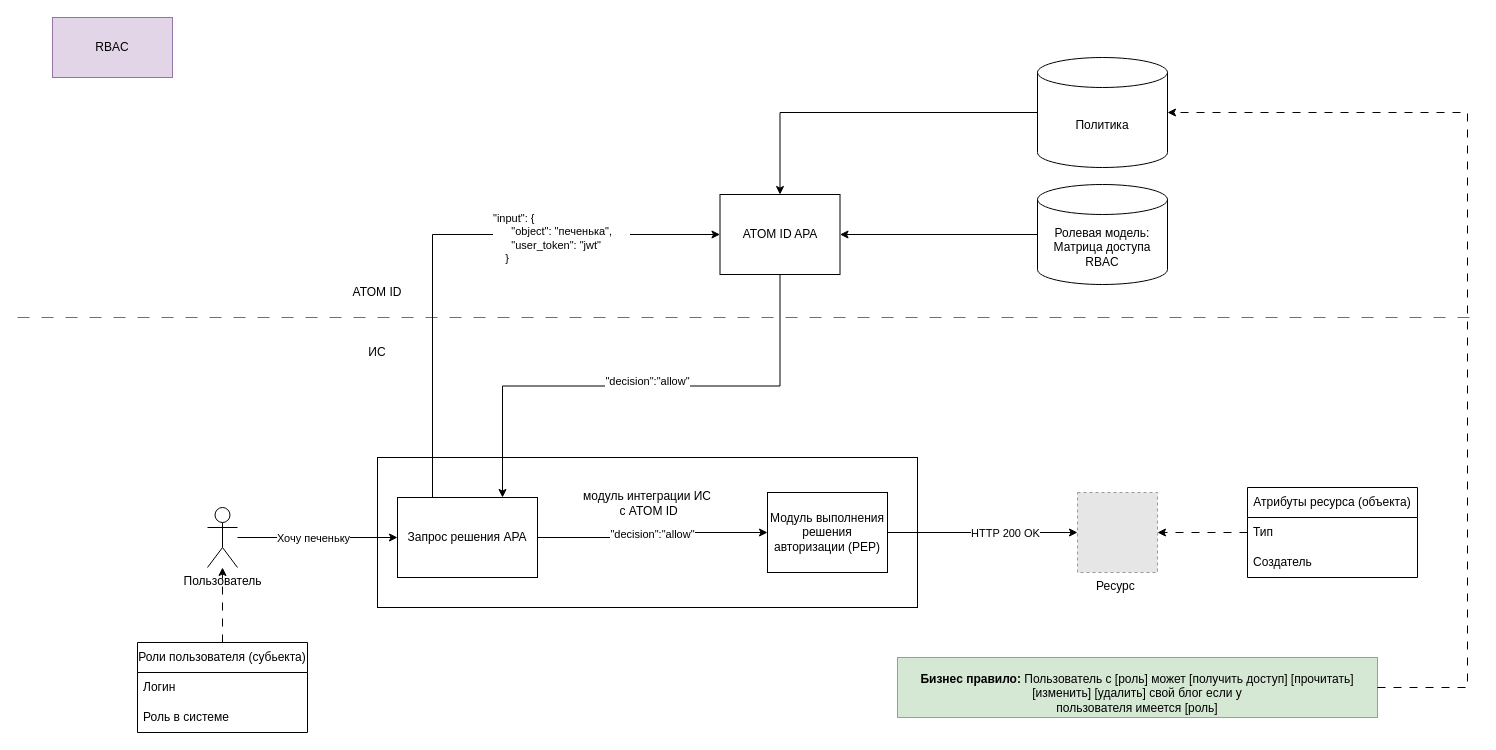
Earlier version of the draw.io diagram page "АРХ.AUTHZ.RBAC1" (1 of 5) of AppSec/Арх.паттерны.drawio (FIR-UIII/notes). Source tidied: cells renumbered, new cells numbered last; positions are measured from the earlier drawing's top-left corner, leaving out a move shared by most shapes. Both pictures are drawn from the tidied source at 100%, with x=0, y=0 at pixel (17, 17). Pictures stored in the file or linked from it are replaced by grey dashed boxes.
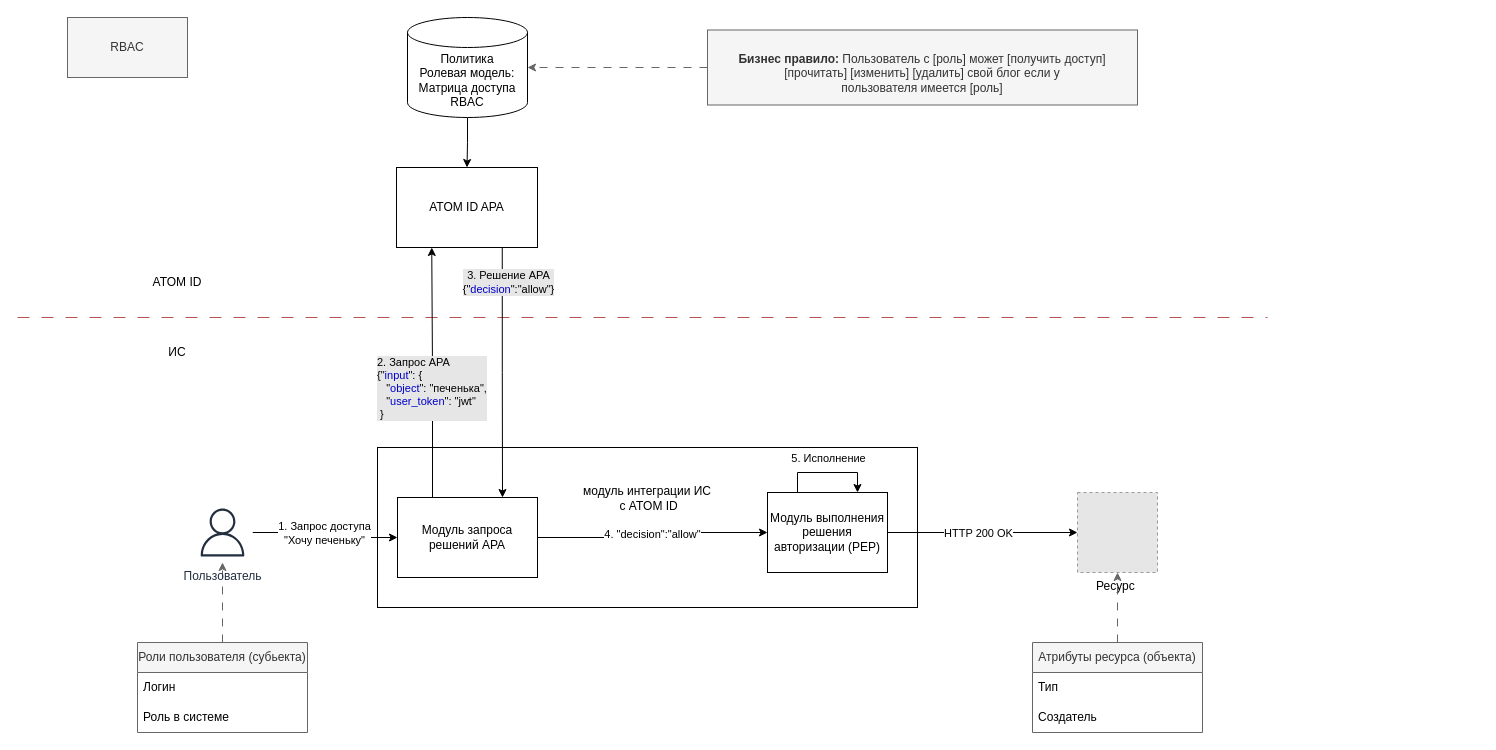
After the change.

The change refers to these unchanged cells:
```xml
<mxCell id="7" value="Модуль выполнения решения авторизации (&lt;span style=&quot;background-color: initial;&quot;&gt;PEP)&lt;/span&gt;" style="rounded=0;whiteSpace=wrap;html=1;" parent="1" vertex="1">
  <mxGeometry x="750" y="475" width="120" height="80" as="geometry" />
</mxCell>
<mxCell id="11" style="edgeStyle=orthogonalEdgeStyle;rounded=0;jettySize=auto;html=1;entryX=0;entryY=0.5;entryDx=0;entryDy=0;" parent="1" edge="1" source="13" target="24">
  <mxGeometry relative="1" as="geometry" />
</mxCell>
<mxCell id="14" style="edgeStyle=orthogonalEdgeStyle;rounded=0;jettySize=auto;html=1;exitX=1;exitY=0.5;exitDx=0;exitDy=0;entryX=0;entryY=0.5;entryDx=0;entryDy=0;" parent="1" edge="1" source="7" target="16">
  <mxGeometry relative="1" as="geometry" />
</mxCell>
<mxCell id="16" value="Ресурс " style="fillColor=#E6E6E6;strokeColor=#999999;dashed=1;verticalLabelPosition=bottom;labelBackgroundColor=default;verticalAlign=top;" parent="1" vertex="1">
  <mxGeometry x="1060" y="475" width="80" height="80" as="geometry" />
</mxCell>
```

The edit, as a diff of the source:
```diff
@@
     <mxCell id="2" value="модуль интеграции ИС&lt;br&gt;&amp;nbsp;с ATOM ID&lt;br&gt;&lt;br&gt;&lt;br&gt;&lt;br&gt;&lt;div&gt;&lt;br&gt;&lt;/div&gt;" style="rounded=0;whiteSpace=wrap;html=1;" parent="1" vertex="1">
-      <mxGeometry x="360" y="440" width="540" height="150" as="geometry" />
+      <mxGeometry x="360" y="430" width="540" height="160" as="geometry" />
     </mxCell>
     <mxCell id="3" style="endArrow=none;dashed=1;html=1;rounded=0;fillColor=#f8cecc;strokeColor=#b85450;dashPattern=12 12;" parent="1" edge="1">
       <mxGeometry relative="1" as="geometry">
         <mxPoint y="300" as="sourcePoint" />
-        <mxPoint x="1460" y="300" as="targetPoint" />
+        <mxPoint x="1250" y="300" as="targetPoint" />
       </mxGeometry>
     </mxCell>
-    <mxCell id="4" style="edgeStyle=orthogonalEdgeStyle;rounded=0;jettySize=auto;html=1;entryX=0;entryY=0.5;entryDx=0;entryDy=0;exitX=0.25;exitY=0;exitDx=0;exitDy=0;" parent="1" edge="1" source="24" target="10">
+    <mxCell id="4" style="edgeStyle=orthogonalEdgeStyle;rounded=0;jettySize=auto;html=1;entryX=0.25;entryY=1;entryDx=0;entryDy=0;exitX=0.25;exitY=0;exitDx=0;exitDy=0;" parent="1" edge="1" source="24" target="10">
       <mxGeometry relative="1" as="geometry" />
     </mxCell>
@@
-    <mxCell id="6" value="&quot;input&quot;: { &amp;nbsp; &amp;nbsp; &amp;nbsp; &lt;br&gt;&amp;nbsp; &amp;nbsp; &amp;nbsp; &quot;object&quot;: &quot;печенька&quot;,&amp;nbsp; &amp;nbsp; &amp;nbsp;&amp;nbsp;&lt;br&gt;&amp;nbsp; &amp;nbsp; &amp;nbsp; &quot;user_token&quot;: &quot;jwt&quot;&lt;br&gt;&amp;nbsp; &amp;nbsp; }" style="edgeLabel;html=1;align=left;verticalAlign=middle;spacing=0;" parent="4" vertex="1">
+    <mxCell id="6" value="2. Запрос APA&lt;div&gt;{&quot;&lt;font style=&quot;color: rgb(0, 0, 204);&quot;&gt;input&lt;/font&gt;&quot;: { &amp;nbsp; &amp;nbsp; &amp;nbsp; &lt;br&gt;&amp;nbsp; &amp;nbsp;&quot;&lt;font style=&quot;color: rgb(0, 0, 204);&quot;&gt;object&lt;/font&gt;&quot;: &quot;печенька&quot;,&lt;br&gt;&amp;nbsp; &amp;nbsp;&quot;&lt;font style=&quot;color: rgb(0, 0, 204);&quot;&gt;user_token&lt;/font&gt;&quot;: &quot;jwt&quot;&lt;br&gt;&amp;nbsp;}&lt;/div&gt;" style="edgeLabel;html=1;align=left;verticalAlign=middle;spacing=0;labelBackgroundColor=#E6E6E6;" parent="4" vertex="1">
       <mxGeometry x="0.32" relative="1" as="geometry">
-        <mxPoint x="-39" y="3" as="offset" />
+        <mxPoint x="-54" y="55" as="offset" />
       </mxGeometry>
     </mxCell>
@@
-    <mxCell id="8" style="edgeStyle=orthogonalEdgeStyle;rounded=0;jettySize=auto;html=1;exitX=0.5;exitY=1;exitDx=0;exitDy=0;entryX=0.75;entryY=0;entryDx=0;entryDy=0;" parent="1" edge="1" source="10" target="24">
+    <mxCell id="8" style="edgeStyle=orthogonalEdgeStyle;rounded=0;jettySize=auto;html=1;exitX=0.75;exitY=1;exitDx=0;exitDy=0;entryX=0.75;entryY=0;entryDx=0;entryDy=0;" parent="1" edge="1" source="10" target="24">
       <mxGeometry relative="1" as="geometry" />
     </mxCell>
-    <mxCell id="9" value="&quot;decision&quot;:&quot;allow&quot;" style="edgeLabel;html=1;align=center;verticalAlign=middle;" parent="8" vertex="1">
+    <mxCell id="9" value="3. Решение APA&lt;div&gt;{&quot;&lt;font style=&quot;color: rgb(0, 0, 204);&quot;&gt;decision&lt;/font&gt;&quot;:&quot;allow&quot;}&lt;/div&gt;" style="edgeLabel;html=1;align=center;verticalAlign=middle;labelBackgroundColor=#E6E6E6;" parent="8" vertex="1">
       <mxGeometry x="0.16" relative="1" as="geometry">
-        <mxPoint x="45" y="-5" as="offset" />
+        <mxPoint x="5" y="-110" as="offset" />
       </mxGeometry>
     </mxCell>
     <mxCell id="10" value="ATOM ID APA" style="rounded=0;whiteSpace=wrap;html=1;" parent="1" vertex="1">
-      <mxGeometry x="702.5" y="177" width="120" height="80" as="geometry" />
+      <mxGeometry x="379" y="150" width="141" height="80" as="geometry" />
     </mxCell>
@@
-    <mxCell id="12" value="Хочу печеньку" style="edgeLabel;html=1;align=center;verticalAlign=middle;" parent="11" vertex="1">
+    <mxCell id="12" value="1. Запрос доступа&lt;div&gt;&quot;Хочу печеньку&quot;&lt;/div&gt;" style="edgeLabel;html=1;align=center;verticalAlign=middle;" parent="11" vertex="1">
       <mxGeometry x="-0.16" y="-1" relative="1" as="geometry">
         <mxPoint x="8" y="-1" as="offset" />
       </mxGeometry>
     </mxCell>
-    <mxCell id="13" value="Пользователь" style="shape=umlActor;verticalLabelPosition=bottom;verticalAlign=top;html=1;outlineConnect=0;" parent="1" vertex="1">
-      <mxGeometry x="190" y="490" width="30" height="60" as="geometry" />
-    </mxCell>
@@
     <mxCell id="15" value="HTTP 200 OK" style="edgeLabel;html=1;align=center;verticalAlign=middle;" parent="14" vertex="1">
       <mxGeometry x="-0.18" y="-4" relative="1" as="geometry">
-        <mxPoint x="39" y="-4" as="offset" />
+        <mxPoint x="12" y="-4" as="offset" />
       </mxGeometry>
     </mxCell>
@@
-    <mxCell id="17" style="edgeStyle=orthogonalEdgeStyle;rounded=0;jettySize=auto;html=1;exitX=0;exitY=0.5;exitDx=0;exitDy=0;exitPerimeter=0;entryX=1;entryY=0.5;entryDx=0;entryDy=0;" parent="1" edge="1" source="18" target="10">
-      <mxGeometry relative="1" as="geometry" />
-    </mxCell>
-    <mxCell id="18" value="Ролевая модель:&lt;br&gt;Матрица доступа RBAC" style="shape=cylinder3;whiteSpace=wrap;html=1;boundedLbl=1;backgroundOutline=1;size=15;" parent="1" vertex="1">
-      <mxGeometry x="1020" y="167" width="130" height="100" as="geometry" />
-    </mxCell>
-    <mxCell id="19" style="edgeStyle=orthogonalEdgeStyle;rounded=0;jettySize=auto;html=1;dashed=1;dashPattern=8 8;" parent="1" edge="1" source="20" target="13">
+    <mxCell id="19" style="edgeStyle=orthogonalEdgeStyle;rounded=0;jettySize=auto;html=1;dashed=1;dashPattern=8 8;fillColor=#f5f5f5;strokeColor=#666666;" parent="1" edge="1" source="20" target="13">
       <mxGeometry relative="1" as="geometry" />
     </mxCell>
-    <mxCell id="20" value="Роли пользователя (субьекта)" style="swimlane;fontStyle=0;horizontal=1;startSize=30;whiteSpace=wrap;html=1;" parent="1" vertex="1">
+    <mxCell id="20" value="Роли пользователя (субьекта)" style="swimlane;fontStyle=0;horizontal=1;startSize=30;whiteSpace=wrap;html=1;fillColor=#f5f5f5;fontColor=#333333;strokeColor=#666666;" parent="1" vertex="1">
       <mxGeometry x="120" y="625" width="170" height="90" as="geometry" />
     </mxCell>
@@
     <mxCell id="23" value="ATOM ID" style="text;html=1;align=center;verticalAlign=middle;whiteSpace=wrap;rounded=0;" parent="1" vertex="1">
-      <mxGeometry x="330" y="260" width="60" height="30" as="geometry" />
+      <mxGeometry x="130" y="250" width="60" height="30" as="geometry" />
     </mxCell>
-    <mxCell id="24" value="Запрос решения APA" style="rounded=0;whiteSpace=wrap;html=1;" parent="1" vertex="1">
+    <mxCell id="24" value="Модуль запроса решений APA" style="rounded=0;whiteSpace=wrap;html=1;" parent="1" vertex="1">
       <mxGeometry x="380" y="480" width="140" height="80" as="geometry" />
     </mxCell>
-    <mxCell id="25" value="&quot;decision&quot;:&quot;allow&quot;" style="edgeStyle=orthogonalEdgeStyle;rounded=0;jettySize=auto;html=1;entryX=0;entryY=0.5;entryDx=0;entryDy=0;exitX=1;exitY=0.5;exitDx=0;exitDy=0;" parent="1" edge="1" source="24" target="7">
+    <mxCell id="25" value="4. &quot;decision&quot;:&quot;allow&quot;" style="edgeStyle=orthogonalEdgeStyle;rounded=0;jettySize=auto;html=1;entryX=0;entryY=0.5;entryDx=0;entryDy=0;exitX=1;exitY=0.5;exitDx=0;exitDy=0;" parent="1" edge="1" source="24" target="7">
       <mxGeometry relative="1" as="geometry" />
     </mxCell>
     <mxCell id="26" value="ИС" style="text;html=1;align=center;verticalAlign=middle;whiteSpace=wrap;rounded=0;" parent="1" vertex="1">
-      <mxGeometry x="330" y="320" width="60" height="30" as="geometry" />
+      <mxGeometry x="130" y="320" width="60" height="30" as="geometry" />
     </mxCell>
-    <mxCell id="27" value="RBAC" style="rounded=0;whiteSpace=wrap;html=1;fillColor=#e1d5e7;strokeColor=#9673a6;" parent="1" vertex="1">
-      <mxGeometry x="35" width="120" height="60" as="geometry" />
+    <mxCell id="27" value="RBAC" style="rounded=0;whiteSpace=wrap;html=1;fillColor=#f5f5f5;strokeColor=#666666;fontColor=#333333;" parent="1" vertex="1">
+      <mxGeometry x="50" width="120" height="60" as="geometry" />
     </mxCell>
-    <mxCell id="28" style="edgeStyle=orthogonalEdgeStyle;rounded=0;jettySize=auto;html=1;entryX=1;entryY=0.5;entryDx=0;entryDy=0;dashed=1;dashPattern=8 8;" parent="1" edge="1" source="29" target="16">
+    <mxCell id="28" style="edgeStyle=orthogonalEdgeStyle;rounded=0;jettySize=auto;html=1;entryX=0.5;entryY=1;entryDx=0;entryDy=0;dashed=1;dashPattern=8 8;fillColor=#f5f5f5;strokeColor=#666666;" parent="1" edge="1" source="29" target="16">
       <mxGeometry relative="1" as="geometry" />
     </mxCell>
-    <mxCell id="29" value="Атрибуты ресурса (объекта)" style="swimlane;fontStyle=0;horizontal=1;startSize=30;whiteSpace=wrap;html=1;" parent="1" vertex="1">
-      <mxGeometry x="1230" y="470" width="170" height="90" as="geometry" />
+    <mxCell id="29" value="Атрибуты ресурса (объекта)" style="swimlane;fontStyle=0;horizontal=1;startSize=30;whiteSpace=wrap;html=1;fillColor=#f5f5f5;fontColor=#333333;strokeColor=#666666;" parent="1" vertex="1">
+      <mxGeometry x="1015" y="625" width="170" height="90" as="geometry" />
     </mxCell>
@@
-    <mxCell id="33" value="Политика" style="shape=cylinder3;whiteSpace=wrap;html=1;boundedLbl=1;backgroundOutline=1;size=15;" parent="1" vertex="1">
-      <mxGeometry x="1020" y="40" width="130" height="110" as="geometry" />
+    <mxCell id="33" value="Политика&lt;div&gt;Ролевая модель:&lt;br&gt;Матрица доступа RBAC&lt;/div&gt;" style="shape=cylinder3;whiteSpace=wrap;html=1;boundedLbl=1;backgroundOutline=1;size=15;" parent="1" vertex="1">
+      <mxGeometry x="390" width="120" height="100" as="geometry" />
     </mxCell>
-    <mxCell id="34" value="&lt;p style=&quot;margin-bottom:0cm;margin-bottom:.0001pt;line-height:&amp;lt;br/&amp;gt;normal&quot; class=&quot;MsoNormal&quot;&gt;&lt;span style=&quot;font-size:9.0pt;mso-bidi-font-size:11.0pt&quot;&gt;&lt;b&gt;Бизнес правило:&lt;/b&gt; Пользователь с&amp;nbsp;[роль] может [получить доступ] [прочитать] [изменить] [удалить] свой блог если у&lt;br&gt;пользователя имеется [роль]&lt;/span&gt;&lt;/p&gt;" style="rounded=0;whiteSpace=wrap;html=1;fillColor=#d5e8d4;strokeColor=#82b366;" parent="1" vertex="1">
-      <mxGeometry x="880" y="640" width="480" height="60" as="geometry" />
+    <mxCell id="34" value="&lt;p style=&quot;margin-bottom:0cm;margin-bottom:.0001pt;line-height:&amp;lt;br/&amp;gt;normal&quot; class=&quot;MsoNormal&quot;&gt;&lt;span style=&quot;font-size:9.0pt;mso-bidi-font-size:11.0pt&quot;&gt;&lt;b&gt;Бизнес правило:&lt;/b&gt; Пользователь с&amp;nbsp;[роль] может [получить доступ] [прочитать] [изменить] [удалить] свой блог если у&lt;br&gt;пользователя имеется [роль]&lt;/span&gt;&lt;/p&gt;" style="rounded=0;whiteSpace=wrap;html=1;fillColor=#f5f5f5;strokeColor=#666666;fontColor=#333333;" parent="1" vertex="1">
+      <mxGeometry x="690" y="12.5" width="430" height="75" as="geometry" />
     </mxCell>
+    <mxCell id="13" value="Пользователь" style="sketch=0;outlineConnect=0;fontColor=#232F3E;gradientColor=none;strokeColor=#232F3E;fillColor=#ffffff;dashed=0;verticalLabelPosition=bottom;verticalAlign=top;align=center;html=1;fontSize=12;fontStyle=0;shape=mxgraph.aws4.resourceIcon;resIcon=mxgraph.aws4.user;" parent="1" vertex="1">
+      <mxGeometry x="175" y="485" width="60" height="60" as="geometry" />
+    </mxCell>
+    <mxCell id="36" style="edgeStyle=orthogonalEdgeStyle;rounded=0;orthogonalLoop=1;jettySize=auto;html=1;exitX=0.25;exitY=0;exitDx=0;exitDy=0;entryX=0.75;entryY=0;entryDx=0;entryDy=0;" parent="1" edge="1" source="7" target="7">
+      <mxGeometry relative="1" as="geometry">
+        <Array as="points">
+          <mxPoint x="780" y="455" />
+          <mxPoint x="840" y="455" />
+        </Array>
+      </mxGeometry>
+    </mxCell>
+    <mxCell id="37" value="5. Исполнение" style="edgeLabel;html=1;align=center;verticalAlign=middle;" parent="36" vertex="1">
+      <mxGeometry x="-0.03" y="1" relative="1" as="geometry">
+        <mxPoint x="1" y="-14" as="offset" />
+      </mxGeometry>
+    </mxCell>
-    <mxCell id="35" style="edgeStyle=orthogonalEdgeStyle;rounded=0;jettySize=auto;html=1;exitX=1;exitY=0.5;exitDx=0;exitDy=0;entryX=1;entryY=0.5;entryDx=0;entryDy=0;entryPerimeter=0;dashed=1;dashPattern=8 8;" parent="1" edge="1" source="34" target="33">
-      <mxGeometry relative="1" as="geometry">
-        <Array as="points">
-          <mxPoint x="1450" y="670" />
-          <mxPoint x="1450" y="95" />
-        </Array>
-      </mxGeometry>
+    <mxCell id="35" style="edgeStyle=orthogonalEdgeStyle;rounded=0;jettySize=auto;html=1;entryX=1;entryY=0.5;entryDx=0;entryDy=0;entryPerimeter=0;fillColor=#f5f5f5;strokeColor=#666666;dashed=1;dashPattern=8 8;" parent="1" edge="1" source="34" target="33">
+      <mxGeometry relative="1" as="geometry" />
     </mxCell>
```
